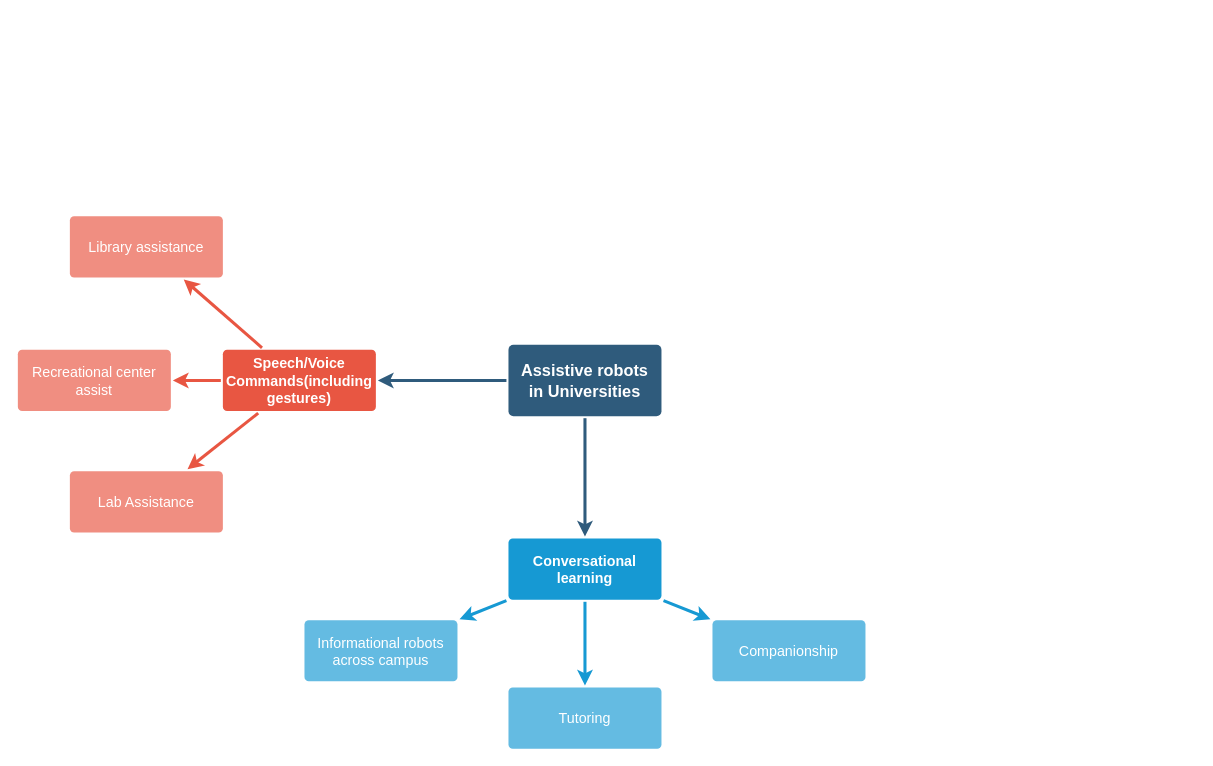
This is DecisionTree.drawio.xml from saahilsabnis/social-robotics, a draw.io file, before an edit. Source tidied: cells renumbered, new cells numbered last; positions are measured from the earlier drawing's top-left corner, leaving out a move shared by most shapes. Both pictures are drawn from the tidied source at 102%, with x=0, y=0 at pixel (17, 215).
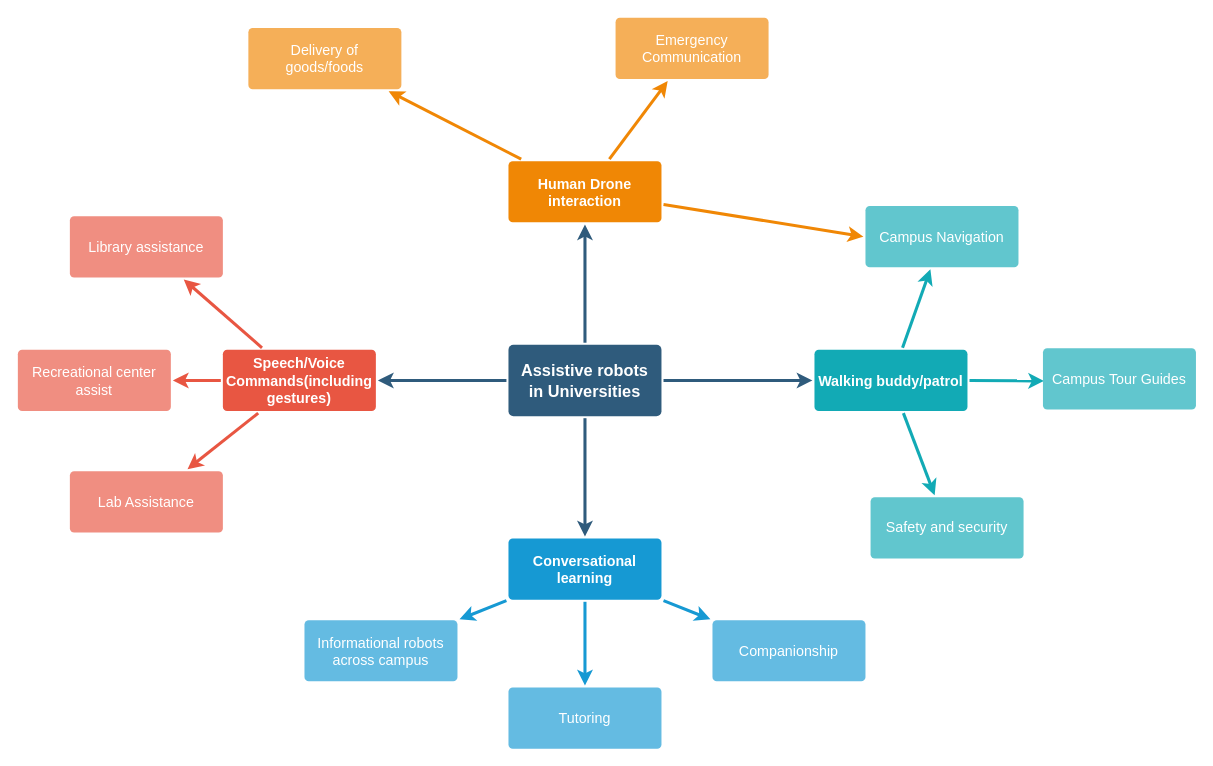
The same page after the edit.

Commit message (it also covers changes not shown here):
Decision Tree additions

Unchanged cells that the change refers to:
```xml
<mxCell id="4" value="&lt;div&gt;&lt;b&gt;Assistive robots in Universities&lt;/b&gt;&lt;/div&gt;" style="rounded=1;whiteSpace=wrap;html=1;shadow=0;labelBackgroundColor=none;strokeColor=none;strokeWidth=3;fillColor=#2F5B7C;fontFamily=Helvetica;fontSize=16;fontColor=#FFFFFF;align=center;fontStyle=1;spacing=5;arcSize=7;perimeterSpacing=2;" parent="1" vertex="1">
  <mxGeometry x="481" y="126.5" width="150" height="70" as="geometry" />
</mxCell>
```

Change to the diagram source:
```diff
@@
+    <mxCell id="19" style="edgeStyle=none;rounded=0;jumpStyle=none;html=1;shadow=0;labelBackgroundColor=none;startArrow=none;startFill=0;endArrow=classic;endFill=1;jettySize=auto;strokeColor=#2F5B7C;strokeWidth=3;fontFamily=Helvetica;fontSize=16;fontColor=#23445D;spacing=5;" parent="1" edge="1" source="4" target="21">
+      <mxGeometry relative="1" as="geometry" />
+    </mxCell>
+    <mxCell id="20" style="edgeStyle=none;rounded=0;jumpStyle=none;html=1;shadow=0;labelBackgroundColor=none;startArrow=none;startFill=0;endArrow=classic;endFill=1;jettySize=auto;strokeColor=#2F5B7C;strokeWidth=3;fontFamily=Helvetica;fontSize=16;fontColor=#23445D;spacing=5;" parent="1" edge="1" source="4" target="27">
+      <mxGeometry relative="1" as="geometry" />
+    </mxCell>
@@
+    <mxCell id="21" value="&lt;div&gt;Human Drone interaction&lt;/div&gt;" style="rounded=1;whiteSpace=wrap;html=1;shadow=0;labelBackgroundColor=none;strokeColor=none;strokeWidth=3;fillColor=#F08705;fontFamily=Helvetica;fontSize=14;fontColor=#FFFFFF;align=center;spacing=5;fontStyle=1;arcSize=7;perimeterSpacing=2;" parent="1" vertex="1">
+      <mxGeometry x="481" y="-53.5" width="150" height="60" as="geometry" />
+    </mxCell>
+    <mxCell id="22" style="edgeStyle=none;rounded=0;jumpStyle=none;html=1;shadow=0;labelBackgroundColor=none;startArrow=none;startFill=0;endArrow=classic;endFill=1;jettySize=auto;strokeColor=#F08705;strokeWidth=3;fontFamily=Helvetica;fontSize=14;fontColor=#FFFFFF;spacing=5;entryX=0;entryY=0.5;entryDx=0;entryDy=0;" parent="1" edge="1" source="21" target="30">
+      <mxGeometry relative="1" as="geometry" />
+    </mxCell>
+    <mxCell id="23" value="&lt;div&gt;Delivery of goods/foods&lt;/div&gt;" style="rounded=1;whiteSpace=wrap;html=1;shadow=0;labelBackgroundColor=none;strokeColor=none;strokeWidth=3;fillColor=#f5af58;fontFamily=Helvetica;fontSize=14;fontColor=#FFFFFF;align=center;spacing=5;arcSize=7;perimeterSpacing=2;" parent="1" vertex="1">
+      <mxGeometry x="226" y="-184" width="150" height="60" as="geometry" />
+    </mxCell>
+    <mxCell id="24" style="edgeStyle=none;rounded=0;jumpStyle=none;html=1;shadow=0;labelBackgroundColor=none;startArrow=none;startFill=0;endArrow=classic;endFill=1;jettySize=auto;strokeColor=#F08705;strokeWidth=3;fontFamily=Helvetica;fontSize=14;fontColor=#FFFFFF;spacing=5;" parent="1" edge="1" source="21" target="23">
+      <mxGeometry relative="1" as="geometry" />
+    </mxCell>
+    <mxCell id="25" value="Emergency Communication" style="rounded=1;whiteSpace=wrap;html=1;shadow=0;labelBackgroundColor=none;strokeColor=none;strokeWidth=3;fillColor=#f5af58;fontFamily=Helvetica;fontSize=14;fontColor=#FFFFFF;align=center;spacing=5;arcSize=7;perimeterSpacing=2;" parent="1" vertex="1">
+      <mxGeometry x="586" y="-194" width="150" height="60" as="geometry" />
+    </mxCell>
+    <mxCell id="26" style="edgeStyle=none;rounded=0;jumpStyle=none;html=1;shadow=0;labelBackgroundColor=none;startArrow=none;startFill=0;endArrow=classic;endFill=1;jettySize=auto;strokeColor=#F08705;strokeWidth=3;fontFamily=Helvetica;fontSize=14;fontColor=#FFFFFF;spacing=5;" parent="1" edge="1" source="21" target="25">
+      <mxGeometry relative="1" as="geometry" />
+    </mxCell>
+    <mxCell id="27" value="Walking buddy/patrol" style="rounded=1;whiteSpace=wrap;html=1;shadow=0;labelBackgroundColor=none;strokeColor=none;strokeWidth=3;fillColor=#12aab5;fontFamily=Helvetica;fontSize=14;fontColor=#FFFFFF;align=center;spacing=5;fontStyle=1;arcSize=7;perimeterSpacing=2;" parent="1" vertex="1">
+      <mxGeometry x="781" y="131.5" width="150" height="60" as="geometry" />
+    </mxCell>
+    <mxCell id="28" value="&lt;div&gt;Safety and security&lt;/div&gt;" style="rounded=1;whiteSpace=wrap;html=1;shadow=0;labelBackgroundColor=none;strokeColor=none;strokeWidth=3;fillColor=#61c6ce;fontFamily=Helvetica;fontSize=14;fontColor=#FFFFFF;align=center;spacing=5;fontStyle=0;arcSize=7;perimeterSpacing=2;" parent="1" vertex="1">
+      <mxGeometry x="836" y="276" width="150" height="60" as="geometry" />
+    </mxCell>
+    <mxCell id="29" style="edgeStyle=none;rounded=1;jumpStyle=none;html=1;shadow=0;labelBackgroundColor=none;startArrow=none;startFill=0;jettySize=auto;strokeColor=#12AAB5;strokeWidth=3;fontFamily=Helvetica;fontSize=14;fontColor=#FFFFFF;spacing=5;fontStyle=1;fillColor=#b0e3e6;" parent="1" edge="1" source="27" target="28">
+      <mxGeometry relative="1" as="geometry" />
+    </mxCell>
+    <mxCell id="30" value="&lt;div&gt;Campus Navigation&lt;/div&gt;" style="rounded=1;whiteSpace=wrap;html=1;shadow=0;labelBackgroundColor=none;strokeColor=none;strokeWidth=3;fillColor=#61c6ce;fontFamily=Helvetica;fontSize=14;fontColor=#FFFFFF;align=center;spacing=5;fontStyle=0;arcSize=7;perimeterSpacing=2;" parent="1" vertex="1">
+      <mxGeometry x="831" y="-9.5" width="150" height="60" as="geometry" />
+    </mxCell>
+    <mxCell id="31" style="edgeStyle=none;rounded=1;jumpStyle=none;html=1;shadow=0;labelBackgroundColor=none;startArrow=none;startFill=0;jettySize=auto;strokeColor=#12AAB5;strokeWidth=3;fontFamily=Helvetica;fontSize=14;fontColor=#FFFFFF;spacing=5;fontStyle=1;fillColor=#b0e3e6;" parent="1" edge="1" source="27" target="30">
+      <mxGeometry relative="1" as="geometry" />
+    </mxCell>
+    <mxCell id="32" style="edgeStyle=none;rounded=1;jumpStyle=none;html=1;shadow=0;labelBackgroundColor=none;startArrow=none;startFill=0;jettySize=auto;strokeColor=#12AAB5;strokeWidth=3;fontFamily=Helvetica;fontSize=14;fontColor=#FFFFFF;spacing=5;fontStyle=1;fillColor=#b0e3e6;exitX=1;exitY=0.5;exitDx=0;exitDy=0;" parent="1" edge="1" source="27">
+      <mxGeometry relative="1" as="geometry">
+        <mxPoint x="1006" y="162" as="targetPoint" />
+      </mxGeometry>
+    </mxCell>
+    <mxCell id="33" value="Campus Tour Guides" style="rounded=1;whiteSpace=wrap;html=1;shadow=0;labelBackgroundColor=none;strokeColor=none;strokeWidth=3;fillColor=#61c6ce;fontFamily=Helvetica;fontSize=14;fontColor=#FFFFFF;align=center;spacing=5;fontStyle=0;arcSize=7;perimeterSpacing=2;" parent="1" vertex="1">
+      <mxGeometry x="1005" y="130" width="150" height="60" as="geometry" />
+    </mxCell>
```
